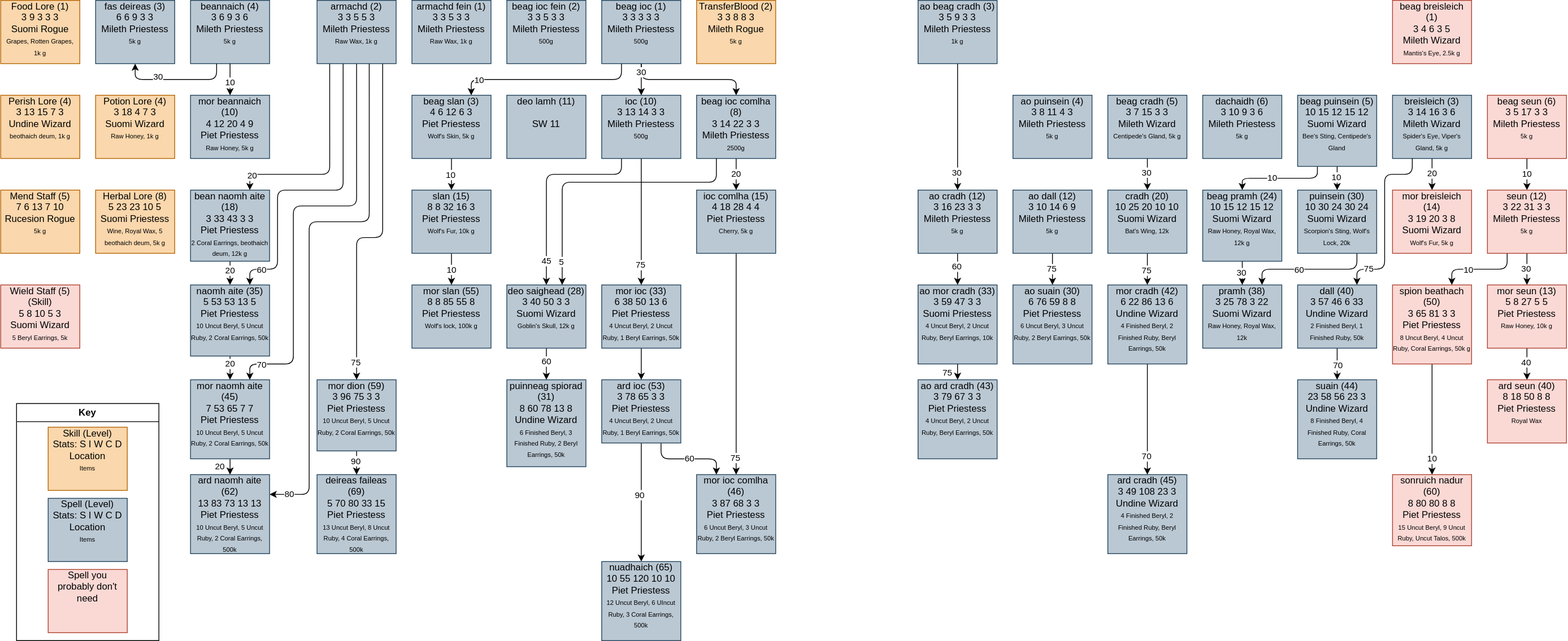
Above: skill-trees/priest.drawio.svg in duplico/darkages-notes (draw.io), before the change. Source tidied: cells renumbered, new cells last; positions are measured from the earlier drawing's top-left corner, leaving out a move shared by most shapes.
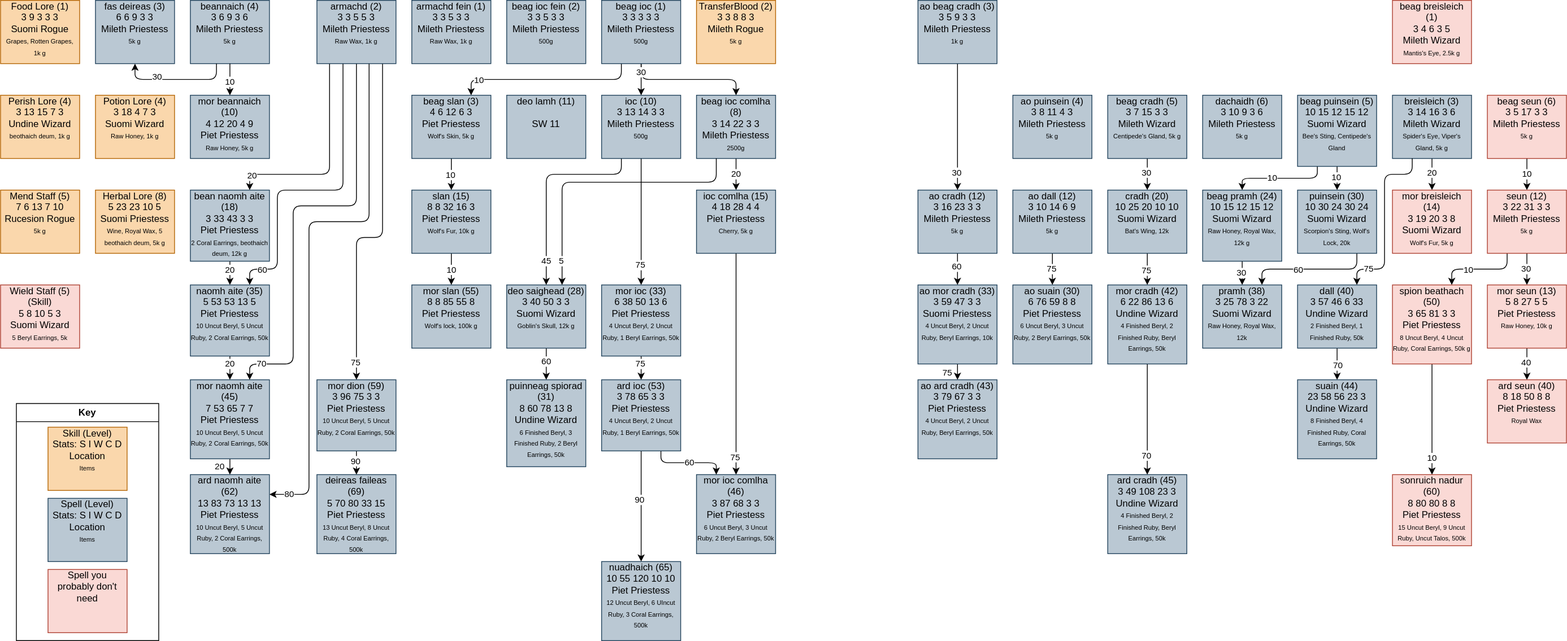
After the commit.

Commit message:
Fix pdf formatting

The edit, as a diff of the source:
```diff
@@ -94,8 +94,13 @@
     <mxCell id="28" style="edgeStyle=none;html=1;entryX=0.5;entryY=0;entryDx=0;entryDy=0;" parent="1" edge="1" source="29" target="37">
       <mxGeometry relative="1" as="geometry" />
     </mxCell>
+    <mxCell id="152" value="75" style="edgeLabel;html=1;align=center;verticalAlign=middle;" parent="28" vertex="1">
+      <mxGeometry x="-0.19" y="-2" relative="1" as="geometry">
+        <mxPoint x="1" y="-2" as="offset" />
+      </mxGeometry>
+    </mxCell>
     <mxCell id="29" value="mor ioc (33)&lt;br&gt;&lt;div&gt;6 38 50 13 6&lt;/div&gt;&lt;div&gt;Piet Priestess&lt;/div&gt;&lt;div&gt;&lt;font style=&quot;font-size: 8px;&quot;&gt;4 Uncut Beryl, 2 Uncut Ruby, 1 Beryl Earrings, 50k&lt;/font&gt;&lt;/div&gt;" style="whiteSpace=wrap;html=1;fillColor=#bac8d3;strokeColor=#23445d;verticalAlign=top;spacingTop=-6;" parent="1" vertex="1">
-      <mxGeometry x="760" y="360" width="100" height="80" as="geometry" />
+      <mxGeometry x="760" y="360" width="100" height="90" as="geometry" />
     </mxCell>
     <mxCell id="30" value="mor ioc comlha (46)&lt;br&gt;&lt;div&gt;3 87 68 3 3&lt;/div&gt;&lt;div&gt;Piet Priestess&lt;/div&gt;&lt;div&gt;&lt;font style=&quot;font-size: 8px;&quot;&gt;6 Uncut Beryl, 3 Uncut Ruby, 2 Beryl Earrings, 50k&lt;/font&gt;&lt;/div&gt;" style="whiteSpace=wrap;html=1;fillColor=#bac8d3;strokeColor=#23445d;verticalAlign=top;spacingTop=-6;" parent="1" vertex="1">
       <mxGeometry x="880" y="600" width="100" height="100" as="geometry" />
@@ -126,7 +131,7 @@
       <mxGeometry x="-0.12" y="-2" relative="1" as="geometry" />
     </mxCell>
     <mxCell id="37" value="ard ioc (53)&lt;br&gt;&lt;div&gt;3 78 65 3 3&lt;/div&gt;&lt;div&gt;Piet Priestess&lt;/div&gt;&lt;div&gt;&lt;font style=&quot;font-size: 8px;&quot;&gt;4 Uncut Beryl, 2 Uncut Ruby, 1 Beryl Earrings, 50k&lt;/font&gt;&lt;/div&gt;" style="whiteSpace=wrap;html=1;fillColor=#bac8d3;strokeColor=#23445d;verticalAlign=top;spacingTop=-6;" parent="1" vertex="1">
-      <mxGeometry x="760" y="480" width="100" height="80" as="geometry" />
+      <mxGeometry x="760" y="480" width="100" height="90" as="geometry" />
     </mxCell>
     <mxCell id="38" value="nuadhaich (65)&lt;br&gt;&lt;div&gt;10 55 120 10 10&lt;/div&gt;&lt;div&gt;Piet Priestess&lt;/div&gt;&lt;div&gt;&lt;font style=&quot;font-size: 8px;&quot;&gt;12 Uncut Beryl, 6 UIncut Ruby, 3 Coral Earrings, 500k&lt;/font&gt;&lt;/div&gt;" style="whiteSpace=wrap;html=1;fillColor=#bac8d3;strokeColor=#23445d;verticalAlign=top;spacingTop=-6;" parent="1" vertex="1">
       <mxGeometry x="760" y="710" width="100" height="100" as="geometry" />
```
